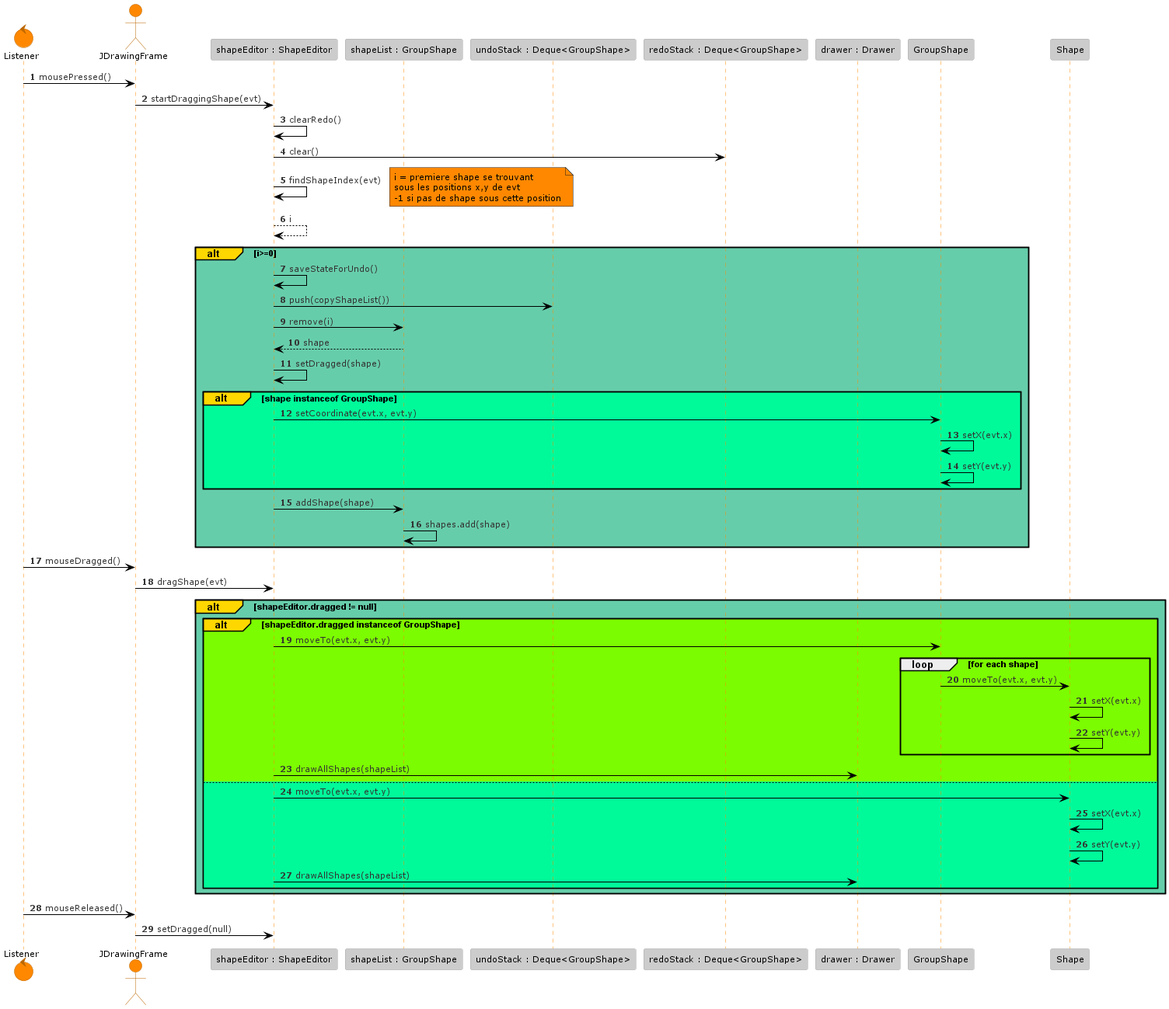
Earlier version of the PlantUML export sequence_moveGroupe.png (TomFrances/PC_persistence).
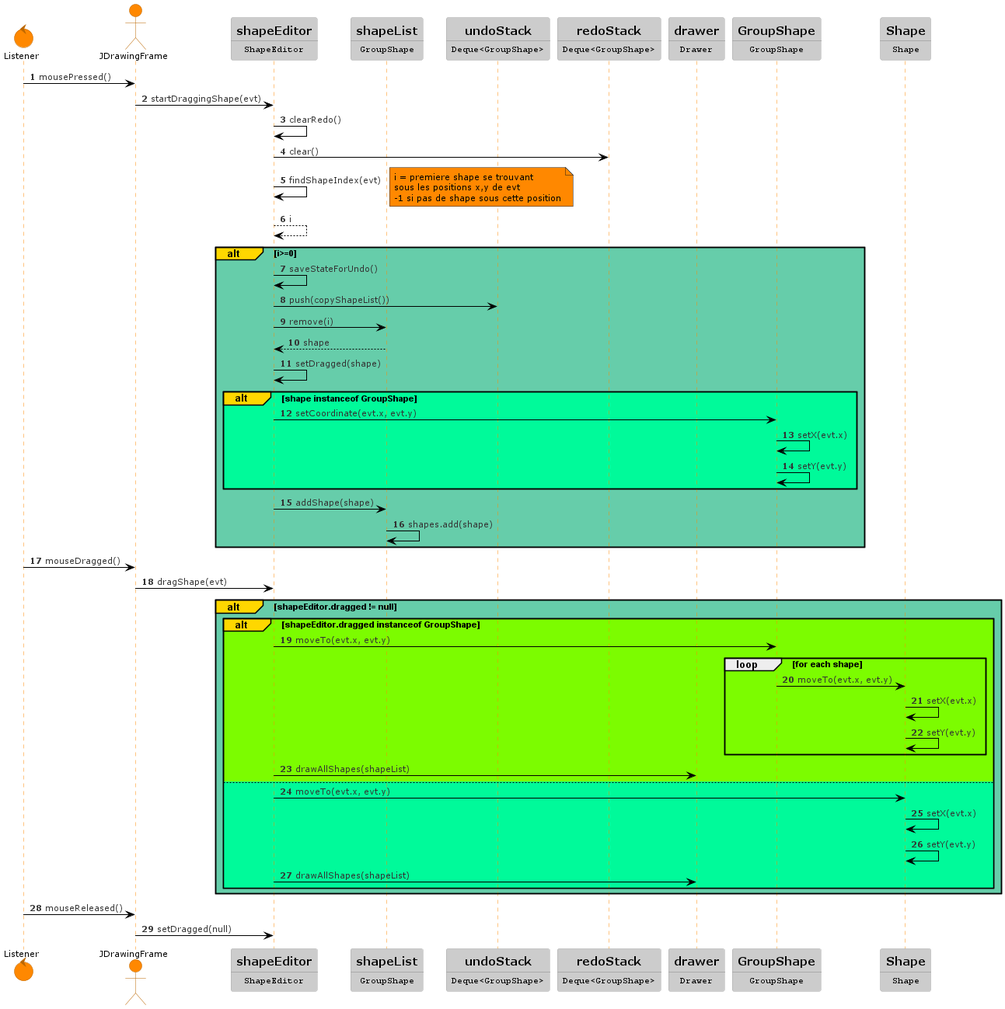
The same diagram one commit later.

Change to the diagram source:
```diff
@@ -3,12 +3,31 @@
 autonumber
 control Listener
 actor JDrawingFrame
-participant "shapeEditor : ShapeEditor" as ShapeEditor
-participant "shapeList : GroupShape" as ShapeList
-participant "undoStack : Deque<GroupShape>" as UndoStack
-participant "redoStack : Deque<GroupShape>" as RedoStack
-participant "drawer : Drawer" as Drawer
-
+participant ShapeEditor [
+=shapeEditor
+----
+""ShapeEditor""
+]
+participant ShapeList [
+=shapeList
+----
+""GroupShape""
+]
+participant UndoStack [
+=undoStack
+----
+""Deque<GroupShape>""
+]
+participant RedoStack [
+=redoStack
+----
+""Deque<GroupShape>""
+]
+participant Drawer [
+=drawer
+----
+""Drawer""
+]
 Listener -> JDrawingFrame : mousePressed()
 JDrawingFrame -> ShapeEditor : startDraggingShape(evt)
 ShapeEditor -> ShapeEditor : clearRedo()
@@ -30,6 +49,11 @@
     ShapeList --> ShapeEditor : shape
 
     ShapeEditor -> ShapeEditor : setDragged(shape)
+    participant GroupShape [
+    =GroupShape
+    ----
+    ""GroupShape""
+    ]
     alt#Gold #Mediumspringgreen shape instanceof GroupShape
         ShapeEditor -> GroupShape : setCoordinate(evt.x, evt.y)
         GroupShape -> GroupShape : setX(evt.x)
@@ -44,7 +68,11 @@
 
    JDrawingFrame -> ShapeEditor : dragShape(evt)
 alt#Gold #mediumAquaMarine shapeEditor.dragged != null
-
+    participant Shape [
+    =Shape
+    ----
+    ""Shape""
+    ]
     alt#Gold #Lawngreen shapeEditor.dragged instanceof GroupShape
        ShapeEditor -> GroupShape : moveTo(evt.x, evt.y)
        loop for each shape
```
